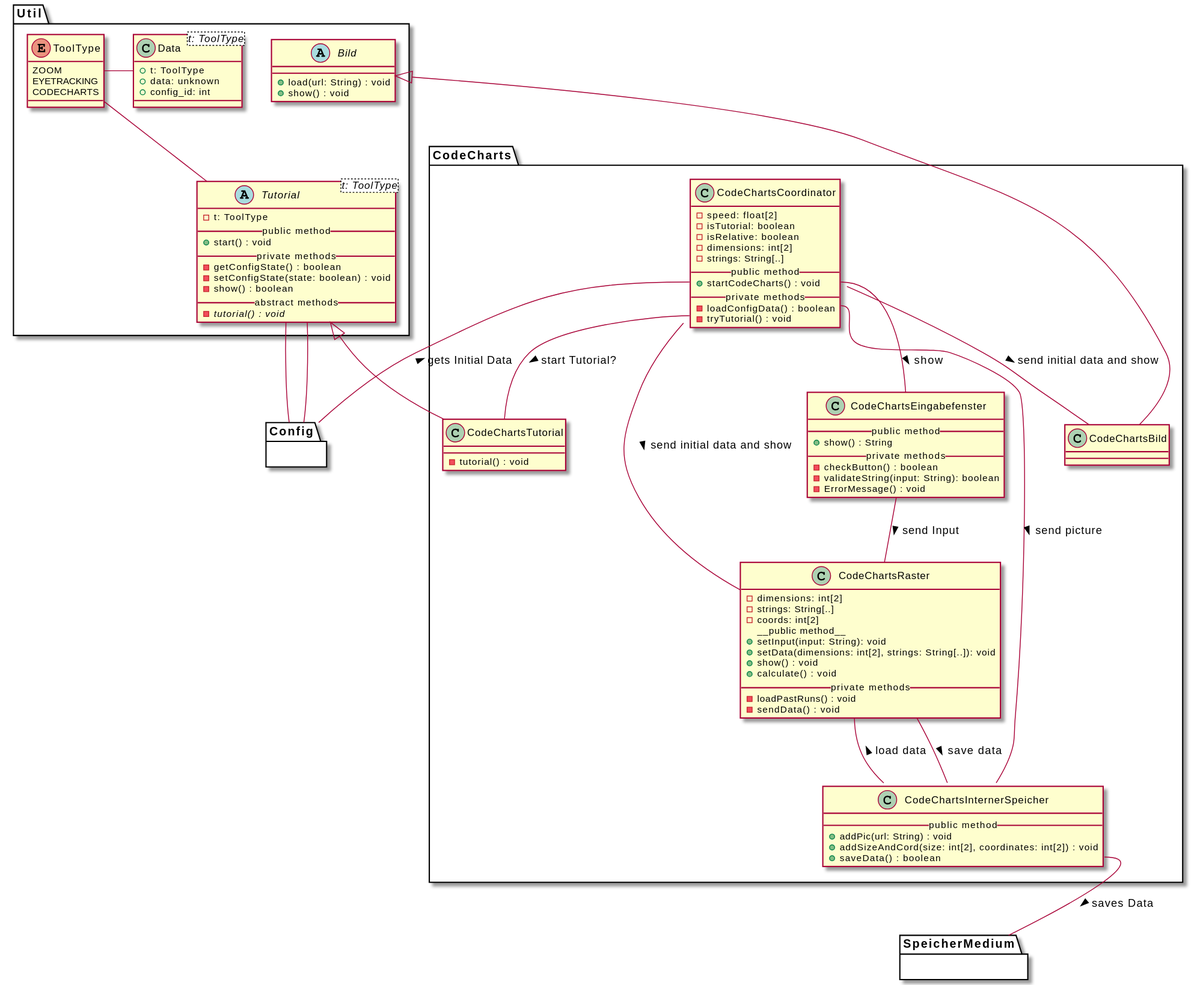
weichware10/meilensteine keeps this PlantUML diagram as meilenstein_03/uml-code_charts/uml-code_charts.svg. Above is the earlier version.
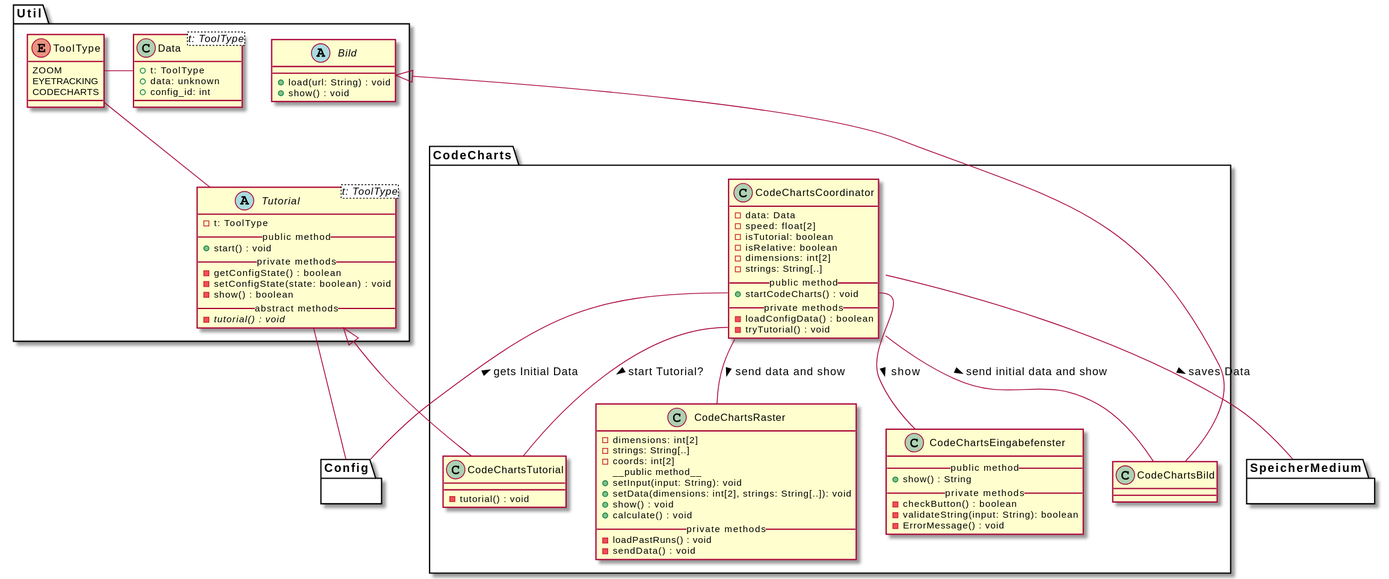
After the commit.

Commit message:
Render PlantUML SVGs

The edit, as a diff of the source:
```diff
@@ -45,6 +45,7 @@
     }
 
     class CodeChartsCoordinator {
+        - data: Data
         - speed: float[2]
         - isTutorial: boolean
         - isRelative: boolean
@@ -55,13 +56,6 @@
         __private methods__
         - loadConfigData() : boolean
         - tryTutorial() : void
-    }
-
-    class CodeChartsInternerSpeicher {
-        __public method__
-        + addPic(url: String) : void
-        + addSizeAndCord(size: int[2], coordinates: int[2]) : void
-        + saveData() : boolean
     }
 
     class CodeChartsBild {
@@ -93,17 +87,12 @@
   Bild <|-d- CodeChartsBild
   Tutorial <|-d- CodeChartsTutorial
 
-  Tutorial -d- Config
   CodeChartsCoordinator -- CodeChartsBild : > send initial data and show
-  CodeChartsCoordinator -- CodeChartsRaster : > send initial data and show
+  CodeChartsCoordinator -- CodeChartsRaster : > send data and show
   CodeChartsCoordinator::startCodeCharts -- CodeChartsEingabefenster : > show
-  CodeChartsCoordinator::loadConfigData -- CodeChartsInternerSpeicher : > send picture
   CodeChartsCoordinator::tryTutorial -- CodeChartsTutorial : > start Tutorial?
-  CodeChartsRaster -- CodeChartsInternerSpeicher : < load data
-  CodeChartsRaster -- CodeChartsInternerSpeicher : > save data
-  CodeChartsEingabefenster -- CodeChartsRaster : > send Input
 
-  CodeChartsInternerSpeicher::saveData -- SpeicherMedium : > saves Data
+  CodeChartsCoordinator -- SpeicherMedium : > saves Data
   CodeChartsCoordinator::startCodeCharts -- Config : < gets Initial Data
 
 }
```
